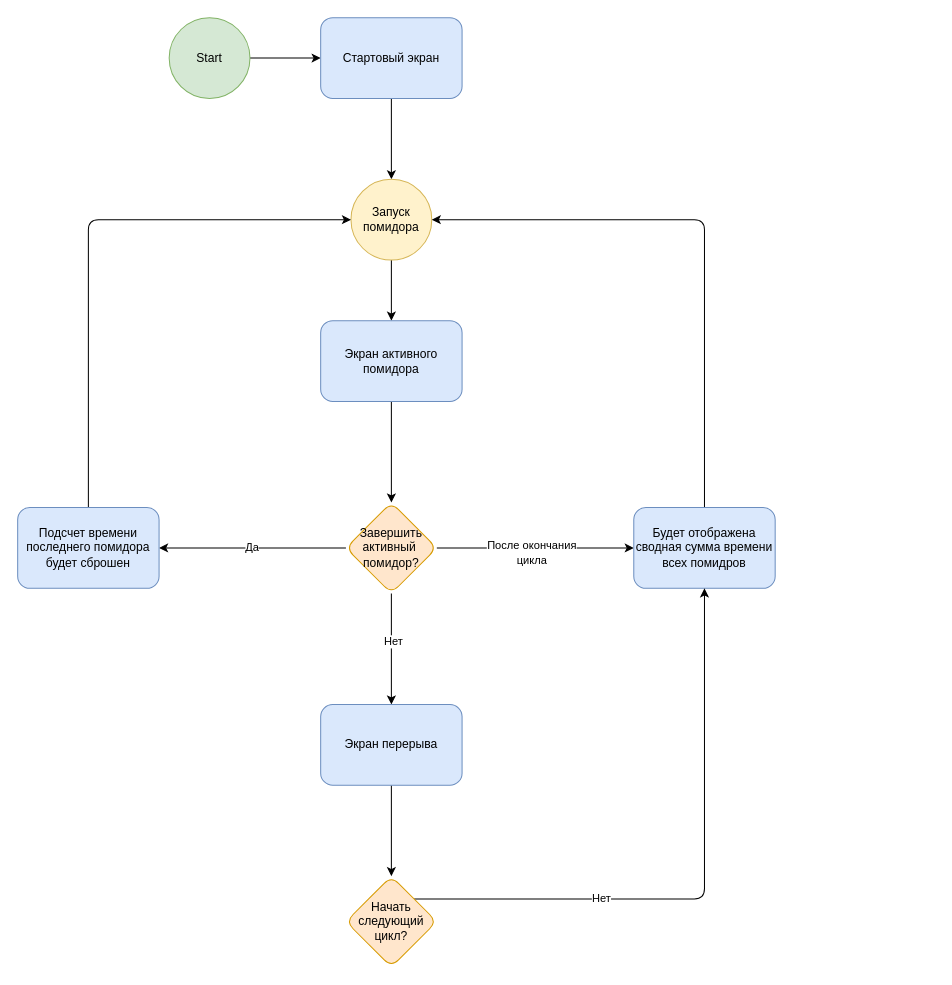
The draw.io diagram design/ux-flow/UX-flow.drawio in Rockedoro/rockedoro-app, before the edit. Source tidied: cells renumbered, new cells numbered last; positions are measured from the earlier drawing's top-left corner, leaving out a move shared by most shapes. Both pictures are drawn from the tidied source at 101%, with x=0, y=0 at pixel (17, 17).
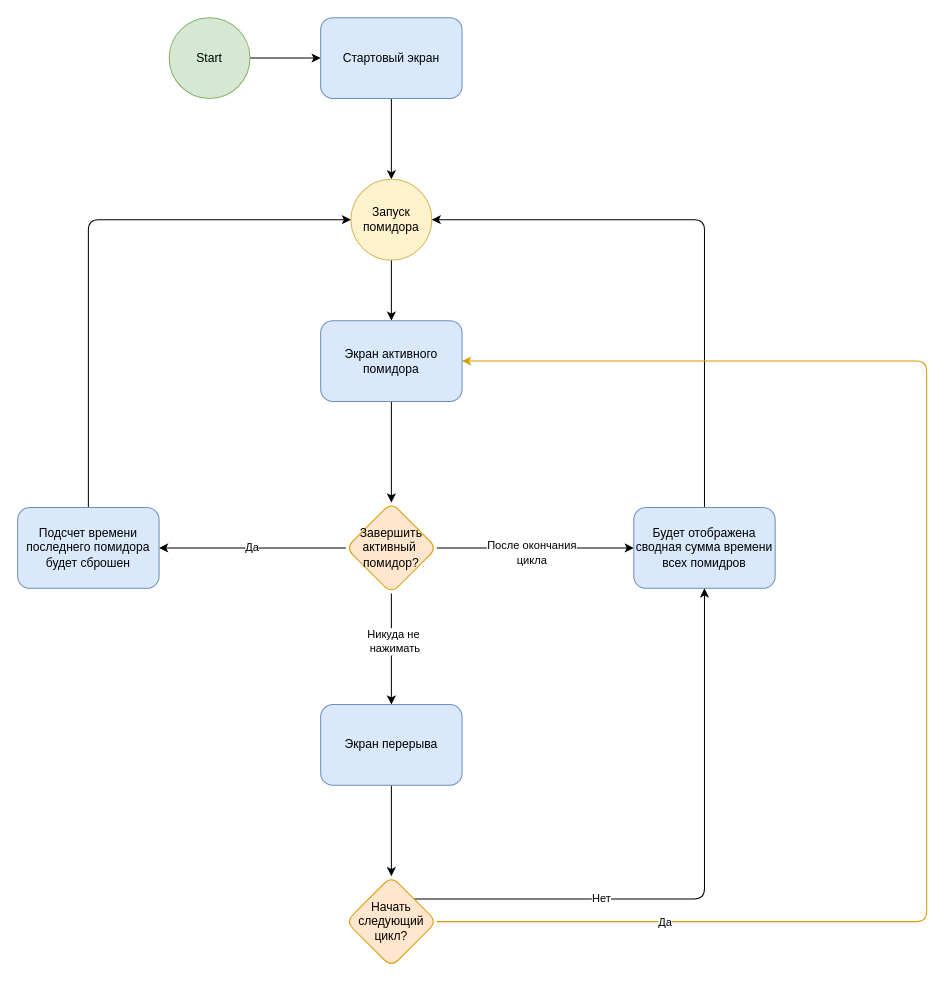
After the change.

Unchanged cells that the change refers to:
```xml
<mxCell id="9" value="Экран активного помидора" style="whiteSpace=wrap;html=1;fillColor=#dae8fc;strokeColor=#6c8ebf;rounded=1;" parent="1" vertex="1">
  <mxGeometry x="300" y="300" width="140" height="80" as="geometry" />
</mxCell>
<mxCell id="13" style="edgeStyle=orthogonalEdgeStyle;rounded=1;jettySize=auto;html=1;" parent="1" edge="1" source="15" target="21">
  <mxGeometry relative="1" as="geometry" />
</mxCell>
<mxCell id="24" value="Начать следующий цикл?" style="rhombus;whiteSpace=wrap;html=1;rounded=1;fillColor=#ffe6cc;strokeColor=#d79b00;" parent="1" vertex="1">
  <mxGeometry x="325" y="850" width="90" height="90" as="geometry" />
</mxCell>
```

The edit, as a diff of the source:
```diff
@@
-    <mxCell id="14" value="Нет" style="edgeLabel;html=1;align=center;verticalAlign=middle;" parent="13" vertex="1">
+    <mxCell id="14" value="Никуда не&lt;br&gt;&amp;nbsp;нажимать" style="edgeLabel;html=1;align=center;verticalAlign=middle;" parent="13" vertex="1">
       <mxGeometry x="-0.15" y="1" relative="1" as="geometry" />
     </mxCell>
@@
+    <mxCell id="25" style="edgeStyle=orthogonalEdgeStyle;rounded=1;jettySize=auto;html=1;entryX=1;entryY=0.5;entryDx=0;entryDy=0;fillColor=#ffe6cc;strokeColor=#d79b00;" parent="1" edge="1" source="24" target="9">
+      <mxGeometry relative="1" as="geometry">
+        <Array as="points">
+          <mxPoint x="900" y="895" />
+          <mxPoint x="900" y="340" />
+        </Array>
+      </mxGeometry>
+    </mxCell>
+    <mxCell id="26" value="Да" style="edgeLabel;html=1;align=center;verticalAlign=middle;" parent="25" vertex="1">
+      <mxGeometry x="-0.7" relative="1" as="geometry" />
+    </mxCell>
```
